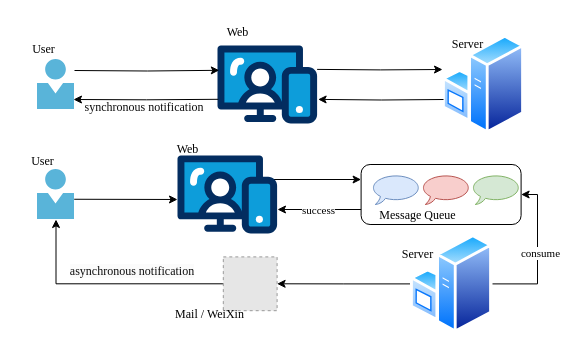
Above: DrawIO_file/毕业论文画图/消息队列优化.drawio in DingDongZz/typera_PicGO (draw.io), before the change. Source tidied: cells renumbered, new cells numbered last; positions are measured from the earlier drawing's top-left corner, leaving out a move shared by most shapes. Both pictures are drawn from the tidied source at 100%, with x=0, y=0 at pixel (17, 17). Pictures stored in the file or linked from it are replaced by grey dashed boxes.
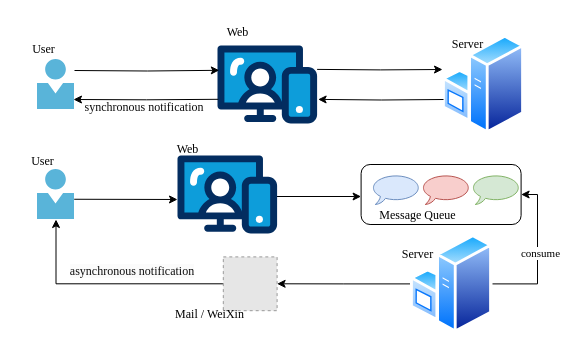
The same page after the edit.

Commit message:
更新消息队列优化.drawio

Unchanged cells that the change refers to:
```xml
<mxCell id="16" style="rounded=1;whiteSpace=wrap;html=1;fontFamily=Times New Roman;" parent="15" vertex="1">
  <mxGeometry width="160" height="60" as="geometry" />
</mxCell>
```

Diff of the diagram source:
```diff
@@
-    <mxCell id="12" style="rounded=0;jettySize=auto;html=1;entryX=0;entryY=0.25;entryDx=0;entryDy=0;fontFamily=Times New Roman;" parent="1" edge="1" target="16">
+    <mxCell id="12" style="rounded=0;orthogonalLoop=1;jettySize=auto;html=1;entryX=0;entryY=0.25;entryDx=0;entryDy=0;fontFamily=Times New Roman;" parent="1" edge="1">
       <mxGeometry relative="1" as="geometry">
-        <mxPoint x="220" y="162" as="sourcePoint" />
+        <mxPoint x="220" y="179" as="sourcePoint" />
+        <mxPoint x="343.6" y="179" as="targetPoint" />
       </mxGeometry>
     </mxCell>
@@
-    <mxCell id="27" style="rounded=0;jettySize=auto;html=1;exitX=0;exitY=0.75;exitDx=0;exitDy=0;fontFamily=Times New Roman;" parent="1" edge="1" source="16">
-      <mxGeometry relative="1" as="geometry">
-        <mxPoint x="260" y="192" as="targetPoint" />
-      </mxGeometry>
-    </mxCell>
-    <mxCell id="28" value="success" style="edgeLabel;html=1;align=center;verticalAlign=middle;fontFamily=Times New Roman;" parent="27" vertex="1">
-      <mxGeometry x="0.02" y="2" relative="1" as="geometry">
-        <mxPoint y="-2" as="offset" />
-      </mxGeometry>
-    </mxCell>
```
